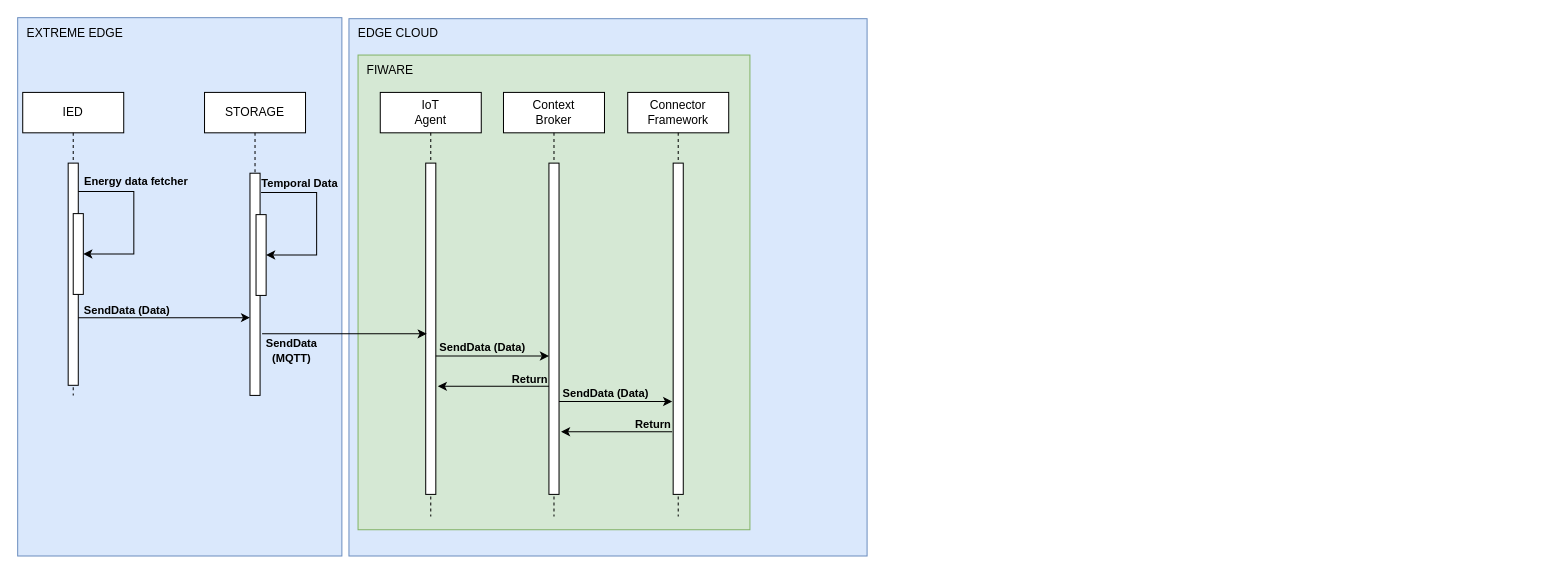
Before: Diagrama sem nome.drawio in pauloeugenio/api-dataDocker, a draw.io diagram. Source tidied: cells renumbered, new cells numbered last; positions are measured from the earlier drawing's top-left corner, leaving out a move shared by most shapes. Both pictures are drawn from the tidied source at 101%, with x=0, y=0 at pixel (17, 17).
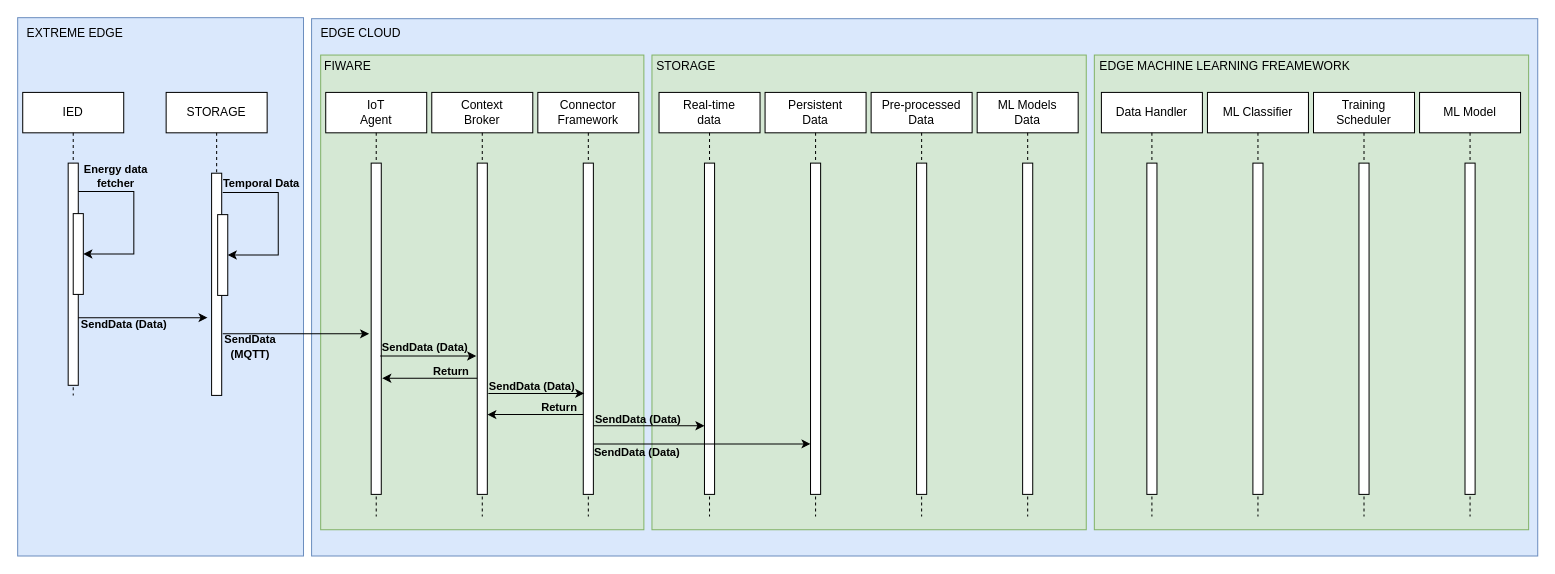
The same diagram, later.

Unchanged cells that the change refers to:
```xml
<mxCell id="6" style="endArrow=classic;html=1;rounded=0;" parent="3" edge="1" source="4" target="5">
  <mxGeometry relative="1" as="geometry">
    <Array as="points">
      <mxPoint x="110" y="98" />
      <mxPoint x="110" y="160" />
    </Array>
  </mxGeometry>
</mxCell>
<mxCell id="25" style="html=1;points=[];perimeter=orthogonalPerimeter;outlineConnect=0;targetShapes=umlLifeline;portConstraint=eastwest;newEdgeStyle={&quot;edgeStyle&quot;:&quot;elbowEdgeStyle&quot;,&quot;elbow&quot;:&quot;vertical&quot;,&quot;curved&quot;:0,&quot;rounded&quot;:0};" parent="24" vertex="1">
  <mxGeometry x="45" y="70" width="10" height="328" as="geometry" />
</mxCell>
```

What changed in the source:
```diff
@@
     <mxCell id="2" style="rounded=0;whiteSpace=wrap;html=1;fillColor=#dae8fc;strokeColor=#6c8ebf;" parent="1" vertex="1">
-      <mxGeometry width="321" height="533" as="geometry" />
+      <mxGeometry width="283" height="533" as="geometry" />
     </mxCell>
@@
-    <mxCell id="7" value="Energy data fetcher" style="edgeLabel;html=1;align=center;verticalAlign=middle;fontStyle=1;labelBackgroundColor=none;" parent="6" vertex="1">
+    <mxCell id="7" value="Energy data&lt;br&gt;fetcher" style="edgeLabel;html=1;align=center;verticalAlign=middle;fontStyle=1;labelBackgroundColor=none;" parent="6" vertex="1">
       <mxGeometry x="-0.5" y="1" relative="1" as="geometry">
-        <mxPoint x="14" y="-10" as="offset" />
+        <mxPoint x="-6" y="-15" as="offset" />
       </mxGeometry>
     </mxCell>
     <mxCell id="8" value="STORAGE" style="shape=umlLifeline;perimeter=lifelinePerimeter;whiteSpace=wrap;html=1;newEdgeStyle={&quot;edgeStyle&quot;:&quot;elbowEdgeStyle&quot;,&quot;elbow&quot;:&quot;vertical&quot;,&quot;curved&quot;:0,&quot;rounded&quot;:0};" parent="1" vertex="1">
-      <mxGeometry x="185" y="74" width="100" height="300" as="geometry" />
+      <mxGeometry x="147" y="74" width="100" height="300" as="geometry" />
     </mxCell>
@@
     <mxCell id="11" style="endArrow=classic;html=1;rounded=0;" parent="1" edge="1">
       <mxGeometry relative="1" as="geometry">
         <mxPoint x="60" y="297" as="sourcePoint" />
-        <mxPoint x="230" y="297" as="targetPoint" />
+        <mxPoint x="188" y="297" as="targetPoint" />
       </mxGeometry>
     </mxCell>
     <mxCell id="12" value="SendData (Data)" style="edgeLabel;html=1;align=center;verticalAlign=middle;labelBackgroundColor=none;fontStyle=1;" parent="11" vertex="1">
       <mxGeometry x="0.22" y="1" relative="1" as="geometry">
-        <mxPoint x="-57" y="-7" as="offset" />
+        <mxPoint x="-34" y="7" as="offset" />
       </mxGeometry>
     </mxCell>
     <mxCell id="13" style="html=1;points=[];perimeter=orthogonalPerimeter;outlineConnect=0;targetShapes=umlLifeline;portConstraint=eastwest;newEdgeStyle={&quot;edgeStyle&quot;:&quot;elbowEdgeStyle&quot;,&quot;elbow&quot;:&quot;vertical&quot;,&quot;curved&quot;:0,&quot;rounded&quot;:0};" parent="1" vertex="1">
-      <mxGeometry x="236" y="195" width="10" height="80" as="geometry" />
+      <mxGeometry x="198" y="195" width="10" height="80" as="geometry" />
     </mxCell>
     <mxCell id="14" style="endArrow=classic;html=1;rounded=0;" parent="1" edge="1" target="13">
       <mxGeometry relative="1" as="geometry">
-        <mxPoint x="241" y="173" as="sourcePoint" />
+        <mxPoint x="203" y="173" as="sourcePoint" />
         <Array as="points">
-          <mxPoint x="296" y="173" />
-          <mxPoint x="296" y="235" />
+          <mxPoint x="258" y="173" />
+          <mxPoint x="258" y="235" />
         </Array>
       </mxGeometry>
     </mxCell>
@@
     <mxCell id="16" style="rounded=0;whiteSpace=wrap;html=1;fillColor=#dae8fc;strokeColor=#6c8ebf;" parent="1" vertex="1">
-      <mxGeometry x="328" y="1" width="513" height="532" as="geometry" />
+      <mxGeometry x="291" y="1" width="1214" height="532" as="geometry" />
     </mxCell>
     <mxCell id="17" value="EDGE CLOUD" style="text;html=1;strokeColor=none;fillColor=none;align=center;verticalAlign=middle;whiteSpace=wrap;rounded=0;" parent="1" vertex="1">
-      <mxGeometry x="320" y="1" width="114" height="30" as="geometry" />
+      <mxGeometry x="283" y="1" width="114" height="30" as="geometry" />
     </mxCell>
     <mxCell id="18" style="rounded=0;whiteSpace=wrap;html=1;fillColor=#d5e8d4;strokeColor=#82b366;" parent="1" vertex="1">
-      <mxGeometry x="337" y="37" width="388" height="470" as="geometry" />
+      <mxGeometry x="300" y="37" width="320" height="470" as="geometry" />
     </mxCell>
     <mxCell id="19" value="FIWARE" style="text;html=1;strokeColor=none;fillColor=none;align=center;verticalAlign=middle;whiteSpace=wrap;rounded=0;" parent="1" vertex="1">
-      <mxGeometry x="312" y="37" width="114" height="30" as="geometry" />
+      <mxGeometry x="270" y="33" width="114" height="30" as="geometry" />
     </mxCell>
     <mxCell id="20" value="IoT &lt;br&gt;Agent" style="shape=umlLifeline;perimeter=lifelinePerimeter;whiteSpace=wrap;html=1;newEdgeStyle={&quot;edgeStyle&quot;:&quot;elbowEdgeStyle&quot;,&quot;elbow&quot;:&quot;vertical&quot;,&quot;curved&quot;:0,&quot;rounded&quot;:0};" parent="1" vertex="1">
-      <mxGeometry x="359" y="74" width="100" height="420" as="geometry" />
+      <mxGeometry x="305" y="74" width="100" height="420" as="geometry" />
     </mxCell>
@@
     <mxCell id="22" value="Context&lt;br&gt;Broker" style="shape=umlLifeline;perimeter=lifelinePerimeter;whiteSpace=wrap;html=1;newEdgeStyle={&quot;edgeStyle&quot;:&quot;elbowEdgeStyle&quot;,&quot;elbow&quot;:&quot;vertical&quot;,&quot;curved&quot;:0,&quot;rounded&quot;:0};" parent="1" vertex="1">
-      <mxGeometry x="481" y="74" width="100" height="420" as="geometry" />
+      <mxGeometry x="410" y="74" width="100" height="420" as="geometry" />
     </mxCell>
@@
     <mxCell id="24" value="Connector&lt;br&gt;Framework" style="shape=umlLifeline;perimeter=lifelinePerimeter;whiteSpace=wrap;html=1;newEdgeStyle={&quot;edgeStyle&quot;:&quot;elbowEdgeStyle&quot;,&quot;elbow&quot;:&quot;vertical&quot;,&quot;curved&quot;:0,&quot;rounded&quot;:0};" parent="1" vertex="1">
-      <mxGeometry x="604" y="74" width="100" height="420" as="geometry" />
+      <mxGeometry x="515" y="74" width="100" height="420" as="geometry" />
     </mxCell>
@@
     <mxCell id="26" style="endArrow=classic;html=1;rounded=0;" parent="1" edge="1">
       <mxGeometry relative="1" as="geometry">
-        <mxPoint x="242" y="313" as="sourcePoint" />
-        <mxPoint x="405" y="313" as="targetPoint" />
+        <mxPoint x="203" y="313" as="sourcePoint" />
+        <mxPoint x="348" y="313" as="targetPoint" />
       </mxGeometry>
     </mxCell>
     <mxCell id="27" value="SendData &lt;br&gt;(MQTT)" style="edgeLabel;html=1;align=center;verticalAlign=middle;labelBackgroundColor=none;fontStyle=1;" parent="26" vertex="1">
       <mxGeometry x="-0.36" y="3" relative="1" as="geometry">
-        <mxPoint x="-24" y="19" as="offset" />
+        <mxPoint x="-20" y="15" as="offset" />
       </mxGeometry>
     </mxCell>
     <mxCell id="28" style="endArrow=classic;html=1;rounded=0;" parent="1" edge="1">
       <mxGeometry relative="1" as="geometry">
-        <mxPoint x="414" y="335" as="sourcePoint" />
-        <mxPoint x="526" y="335" as="targetPoint" />
+        <mxPoint x="359" y="335" as="sourcePoint" />
+        <mxPoint x="454" y="335" as="targetPoint" />
       </mxGeometry>
     </mxCell>
     <mxCell id="29" value="SendData (Data)" style="edgeLabel;html=1;align=center;verticalAlign=middle;fontStyle=1;labelBackgroundColor=none;" parent="28" vertex="1">
       <mxGeometry x="0.41" relative="1" as="geometry">
-        <mxPoint x="-34" y="-9" as="offset" />
+        <mxPoint x="-24" y="-9" as="offset" />
       </mxGeometry>
     </mxCell>
     <mxCell id="30" style="endArrow=classic;html=1;rounded=0;" parent="1" edge="1">
       <mxGeometry relative="1" as="geometry">
-        <mxPoint x="526" y="365" as="sourcePoint" />
-        <mxPoint x="416" y="365" as="targetPoint" />
+        <mxPoint x="455" y="357" as="sourcePoint" />
+        <mxPoint x="361" y="357" as="targetPoint" />
       </mxGeometry>
     </mxCell>
     <mxCell id="31" value="Return" style="edgeLabel;html=1;align=center;verticalAlign=middle;fontStyle=1;labelBackgroundColor=none;" parent="30" vertex="1">
       <mxGeometry x="0.42" relative="1" as="geometry">
-        <mxPoint x="58" y="-8" as="offset" />
+        <mxPoint x="40" y="-8" as="offset" />
       </mxGeometry>
     </mxCell>
     <mxCell id="32" style="endArrow=classic;html=1;rounded=0;" parent="1" edge="1">
       <mxGeometry relative="1" as="geometry">
-        <mxPoint x="536" y="380" as="sourcePoint" />
-        <mxPoint x="648" y="380" as="targetPoint" />
+        <mxPoint x="466" y="372" as="sourcePoint" />
+        <mxPoint x="561" y="372" as="targetPoint" />
       </mxGeometry>
     </mxCell>
     <mxCell id="33" value="SendData (Data)" style="edgeLabel;html=1;align=center;verticalAlign=middle;fontStyle=1;labelBackgroundColor=none;" parent="32" vertex="1">
       <mxGeometry x="0.41" relative="1" as="geometry">
-        <mxPoint x="-34" y="-9" as="offset" />
+        <mxPoint x="-25" y="-8" as="offset" />
       </mxGeometry>
     </mxCell>
-    <mxCell id="34" style="endArrow=classic;html=1;rounded=0;" parent="1" edge="1">
+    <mxCell id="34" style="endArrow=classic;html=1;rounded=0;" parent="1" edge="1" source="25">
       <mxGeometry relative="1" as="geometry">
-        <mxPoint x="648" y="410" as="sourcePoint" />
-        <mxPoint x="538" y="410" as="targetPoint" />
+        <mxPoint x="465" y="393" as="targetPoint" />
       </mxGeometry>
     </mxCell>
     <mxCell id="35" value="Return" style="edgeLabel;html=1;align=center;verticalAlign=middle;fontStyle=1;labelBackgroundColor=none;" parent="34" vertex="1">
       <mxGeometry x="0.42" relative="1" as="geometry">
-        <mxPoint x="58" y="-8" as="offset" />
+        <mxPoint x="42" y="-8" as="offset" />
       </mxGeometry>
     </mxCell>
+    <mxCell id="36" style="rounded=0;whiteSpace=wrap;html=1;fillColor=#d5e8d4;strokeColor=#82b366;" parent="1" vertex="1">
+      <mxGeometry x="628" y="37" width="430" height="470" as="geometry" />
+    </mxCell>
+    <mxCell id="37" value="Real-time&lt;br&gt;data" style="shape=umlLifeline;perimeter=lifelinePerimeter;whiteSpace=wrap;html=1;newEdgeStyle={&quot;edgeStyle&quot;:&quot;elbowEdgeStyle&quot;,&quot;elbow&quot;:&quot;vertical&quot;,&quot;curved&quot;:0,&quot;rounded&quot;:0};" parent="1" vertex="1">
+      <mxGeometry x="635" y="74" width="100" height="420" as="geometry" />
+    </mxCell>
+    <mxCell id="38" style="html=1;perimeter=orthogonalPerimeter;targetShapes=umlLifeline;newEdgeStyle={&quot;edgeStyle&quot;:&quot;elbowEdgeStyle&quot;,&quot;elbow&quot;:&quot;vertical&quot;,&quot;curved&quot;:0,&quot;rounded&quot;:0};" parent="37" vertex="1">
+      <mxGeometry x="45" y="70" width="10" height="328" as="geometry" />
+    </mxCell>
+    <mxCell id="39" value="Persistent&lt;br&gt;Data" style="shape=umlLifeline;perimeter=lifelinePerimeter;whiteSpace=wrap;html=1;newEdgeStyle={&quot;edgeStyle&quot;:&quot;elbowEdgeStyle&quot;,&quot;elbow&quot;:&quot;vertical&quot;,&quot;curved&quot;:0,&quot;rounded&quot;:0};" parent="1" vertex="1">
+      <mxGeometry x="740" y="74" width="100" height="420" as="geometry" />
+    </mxCell>
+    <mxCell id="40" style="html=1;points=[];perimeter=orthogonalPerimeter;outlineConnect=0;targetShapes=umlLifeline;portConstraint=eastwest;newEdgeStyle={&quot;edgeStyle&quot;:&quot;elbowEdgeStyle&quot;,&quot;elbow&quot;:&quot;vertical&quot;,&quot;curved&quot;:0,&quot;rounded&quot;:0};" parent="39" vertex="1">
+      <mxGeometry x="45" y="70" width="10" height="328" as="geometry" />
+    </mxCell>
+    <mxCell id="41" value="Pre-processed&lt;br&gt;Data" style="shape=umlLifeline;perimeter=lifelinePerimeter;whiteSpace=wrap;html=1;newEdgeStyle={&quot;edgeStyle&quot;:&quot;elbowEdgeStyle&quot;,&quot;elbow&quot;:&quot;vertical&quot;,&quot;curved&quot;:0,&quot;rounded&quot;:0};" parent="1" vertex="1">
+      <mxGeometry x="845" y="74" width="100" height="420" as="geometry" />
+    </mxCell>
+    <mxCell id="42" style="html=1;perimeter=orthogonalPerimeter;targetShapes=umlLifeline;newEdgeStyle={&quot;edgeStyle&quot;:&quot;elbowEdgeStyle&quot;,&quot;elbow&quot;:&quot;vertical&quot;,&quot;curved&quot;:0,&quot;rounded&quot;:0};" parent="41" vertex="1">
+      <mxGeometry x="45" y="70" width="10" height="328" as="geometry" />
+    </mxCell>
+    <mxCell id="43" value="ML Models &lt;br&gt;Data" style="shape=umlLifeline;perimeter=lifelinePerimeter;whiteSpace=wrap;html=1;newEdgeStyle={&quot;edgeStyle&quot;:&quot;elbowEdgeStyle&quot;,&quot;elbow&quot;:&quot;vertical&quot;,&quot;curved&quot;:0,&quot;rounded&quot;:0};" parent="1" vertex="1">
+      <mxGeometry x="950" y="74" width="100" height="420" as="geometry" />
+    </mxCell>
+    <mxCell id="44" style="html=1;perimeter=orthogonalPerimeter;targetShapes=umlLifeline;newEdgeStyle={&quot;edgeStyle&quot;:&quot;elbowEdgeStyle&quot;,&quot;elbow&quot;:&quot;vertical&quot;,&quot;curved&quot;:0,&quot;rounded&quot;:0};" parent="43" vertex="1">
+      <mxGeometry x="45" y="70" width="10" height="328" as="geometry" />
+    </mxCell>
+    <mxCell id="45" value="STORAGE" style="text;html=1;strokeColor=none;fillColor=none;align=center;verticalAlign=middle;whiteSpace=wrap;rounded=0;" parent="1" vertex="1">
+      <mxGeometry x="605" y="33" width="114" height="30" as="geometry" />
+    </mxCell>
+    <mxCell id="46" style="endArrow=classic;html=1;rounded=0;" parent="1" edge="1">
+      <mxGeometry relative="1" as="geometry">
+        <mxPoint x="570" y="404" as="sourcePoint" />
+        <mxPoint x="680" y="404" as="targetPoint" />
+      </mxGeometry>
+    </mxCell>
+    <mxCell id="47" value="SendData (Data)" style="edgeLabel;html=1;align=center;verticalAlign=middle;labelBackgroundColor=none;fontStyle=1;" parent="46" vertex="1">
+      <mxGeometry x="0.22" y="1" relative="1" as="geometry">
+        <mxPoint x="-24" y="-6" as="offset" />
+      </mxGeometry>
+    </mxCell>
+    <mxCell id="48" style="endArrow=classic;html=1;rounded=0;" parent="1" edge="1" target="40">
+      <mxGeometry relative="1" as="geometry">
+        <mxPoint x="570" y="422" as="sourcePoint" />
+      </mxGeometry>
+    </mxCell>
+    <mxCell id="49" value="SendData (Data)" style="edgeLabel;html=1;align=center;verticalAlign=middle;labelBackgroundColor=none;fontStyle=1;" parent="48" vertex="1">
+      <mxGeometry x="0.22" y="1" relative="1" as="geometry">
+        <mxPoint x="-89" y="8" as="offset" />
+      </mxGeometry>
+    </mxCell>
+    <mxCell id="50" style="rounded=0;whiteSpace=wrap;html=1;fillColor=#d5e8d4;strokeColor=#82b366;" parent="1" vertex="1">
+      <mxGeometry x="1066" y="37" width="430" height="470" as="geometry" />
+    </mxCell>
+    <mxCell id="51" value="Data Handler" style="shape=umlLifeline;perimeter=lifelinePerimeter;whiteSpace=wrap;html=1;newEdgeStyle={&quot;edgeStyle&quot;:&quot;elbowEdgeStyle&quot;,&quot;elbow&quot;:&quot;vertical&quot;,&quot;curved&quot;:0,&quot;rounded&quot;:0};" parent="1" vertex="1">
+      <mxGeometry x="1073" y="74" width="100" height="420" as="geometry" />
+    </mxCell>
+    <mxCell id="52" style="html=1;perimeter=orthogonalPerimeter;targetShapes=umlLifeline;newEdgeStyle={&quot;edgeStyle&quot;:&quot;elbowEdgeStyle&quot;,&quot;elbow&quot;:&quot;vertical&quot;,&quot;curved&quot;:0,&quot;rounded&quot;:0};" parent="51" vertex="1">
+      <mxGeometry x="45" y="70" width="10" height="328" as="geometry" />
+    </mxCell>
+    <mxCell id="53" value="ML Classifier" style="shape=umlLifeline;perimeter=lifelinePerimeter;whiteSpace=wrap;html=1;newEdgeStyle={&quot;edgeStyle&quot;:&quot;elbowEdgeStyle&quot;,&quot;elbow&quot;:&quot;vertical&quot;,&quot;curved&quot;:0,&quot;rounded&quot;:0};" parent="1" vertex="1">
+      <mxGeometry x="1178" y="74" width="100" height="420" as="geometry" />
+    </mxCell>
+    <mxCell id="54" style="html=1;perimeter=orthogonalPerimeter;targetShapes=umlLifeline;newEdgeStyle={&quot;edgeStyle&quot;:&quot;elbowEdgeStyle&quot;,&quot;elbow&quot;:&quot;vertical&quot;,&quot;curved&quot;:0,&quot;rounded&quot;:0};" parent="53" vertex="1">
+      <mxGeometry x="45" y="70" width="10" height="328" as="geometry" />
+    </mxCell>
+    <mxCell id="55" value="Training Scheduler" style="shape=umlLifeline;perimeter=lifelinePerimeter;whiteSpace=wrap;html=1;newEdgeStyle={&quot;edgeStyle&quot;:&quot;elbowEdgeStyle&quot;,&quot;elbow&quot;:&quot;vertical&quot;,&quot;curved&quot;:0,&quot;rounded&quot;:0};" parent="1" vertex="1">
+      <mxGeometry x="1283" y="74" width="100" height="420" as="geometry" />
+    </mxCell>
+    <mxCell id="56" style="html=1;perimeter=orthogonalPerimeter;targetShapes=umlLifeline;newEdgeStyle={&quot;edgeStyle&quot;:&quot;elbowEdgeStyle&quot;,&quot;elbow&quot;:&quot;vertical&quot;,&quot;curved&quot;:0,&quot;rounded&quot;:0};" parent="55" vertex="1">
+      <mxGeometry x="45" y="70" width="10" height="328" as="geometry" />
+    </mxCell>
+    <mxCell id="57" value="ML Model" style="shape=umlLifeline;perimeter=lifelinePerimeter;whiteSpace=wrap;html=1;newEdgeStyle={&quot;edgeStyle&quot;:&quot;elbowEdgeStyle&quot;,&quot;elbow&quot;:&quot;vertical&quot;,&quot;curved&quot;:0,&quot;rounded&quot;:0};" parent="1" vertex="1">
+      <mxGeometry x="1388" y="74" width="100" height="420" as="geometry" />
+    </mxCell>
+    <mxCell id="58" style="html=1;perimeter=orthogonalPerimeter;targetShapes=umlLifeline;newEdgeStyle={&quot;edgeStyle&quot;:&quot;elbowEdgeStyle&quot;,&quot;elbow&quot;:&quot;vertical&quot;,&quot;curved&quot;:0,&quot;rounded&quot;:0};" parent="57" vertex="1">
+      <mxGeometry x="45" y="70" width="10" height="328" as="geometry" />
+    </mxCell>
+    <mxCell id="59" value="EDGE MACHINE LEARNING FREAMEWORK" style="text;html=1;strokeColor=none;fillColor=none;align=center;verticalAlign=middle;whiteSpace=wrap;rounded=0;" parent="1" vertex="1">
+      <mxGeometry x="1055" y="33" width="281" height="30" as="geometry" />
+    </mxCell>
```
